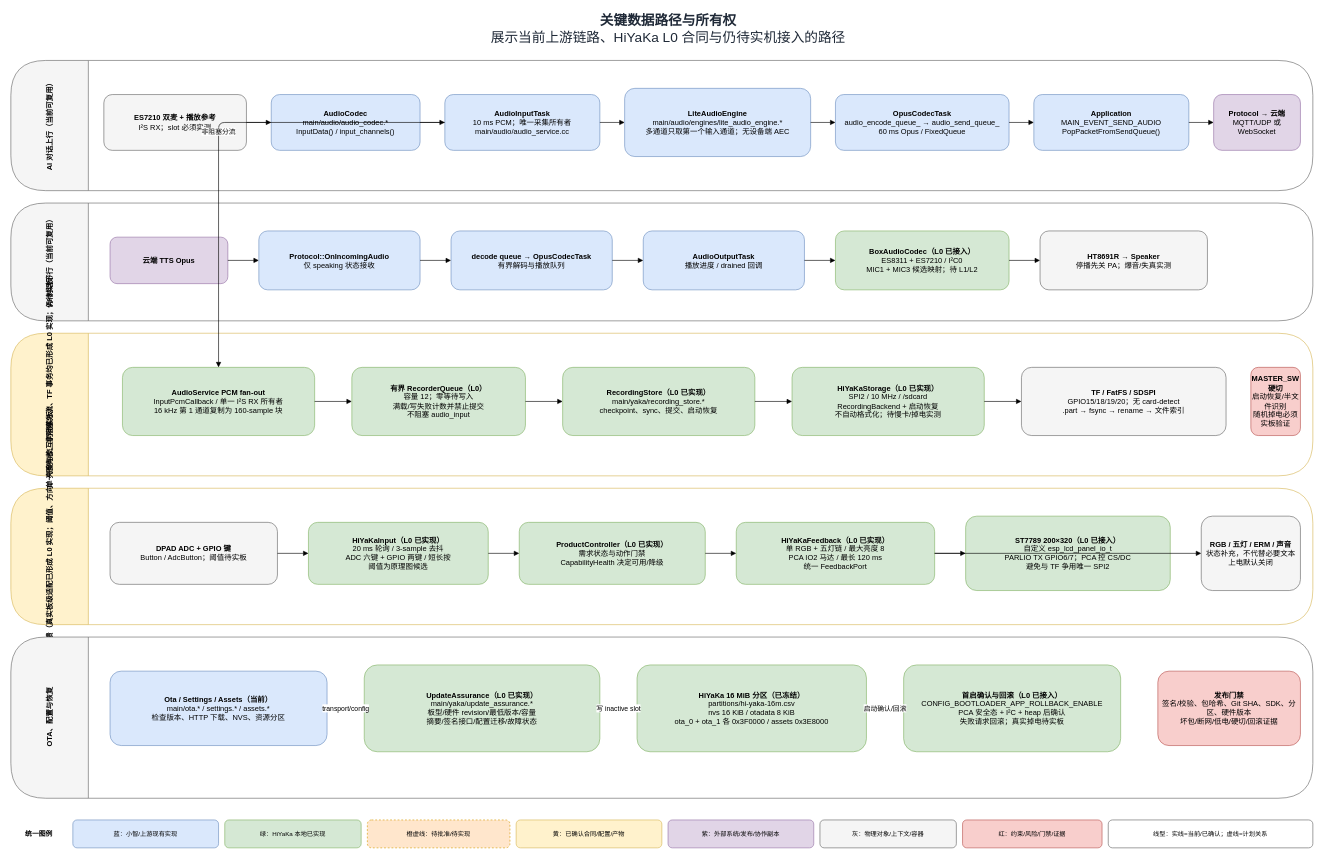
This is page "03 音频、录音、UI与OTA数据流" (3 of 4) of docs/yaka/diagrams/yaka-firmware-architecture.drawio from njueeRay/hi-yaka-firmware, a draw.io file, before an edit. Source tidied: cells renumbered, new cells numbered last; positions are measured from the earlier drawing's top-left corner, leaving out a move shared by most shapes. Both pictures are drawn from the tidied source at 62%, with x=0, y=0 at pixel (11, 11).
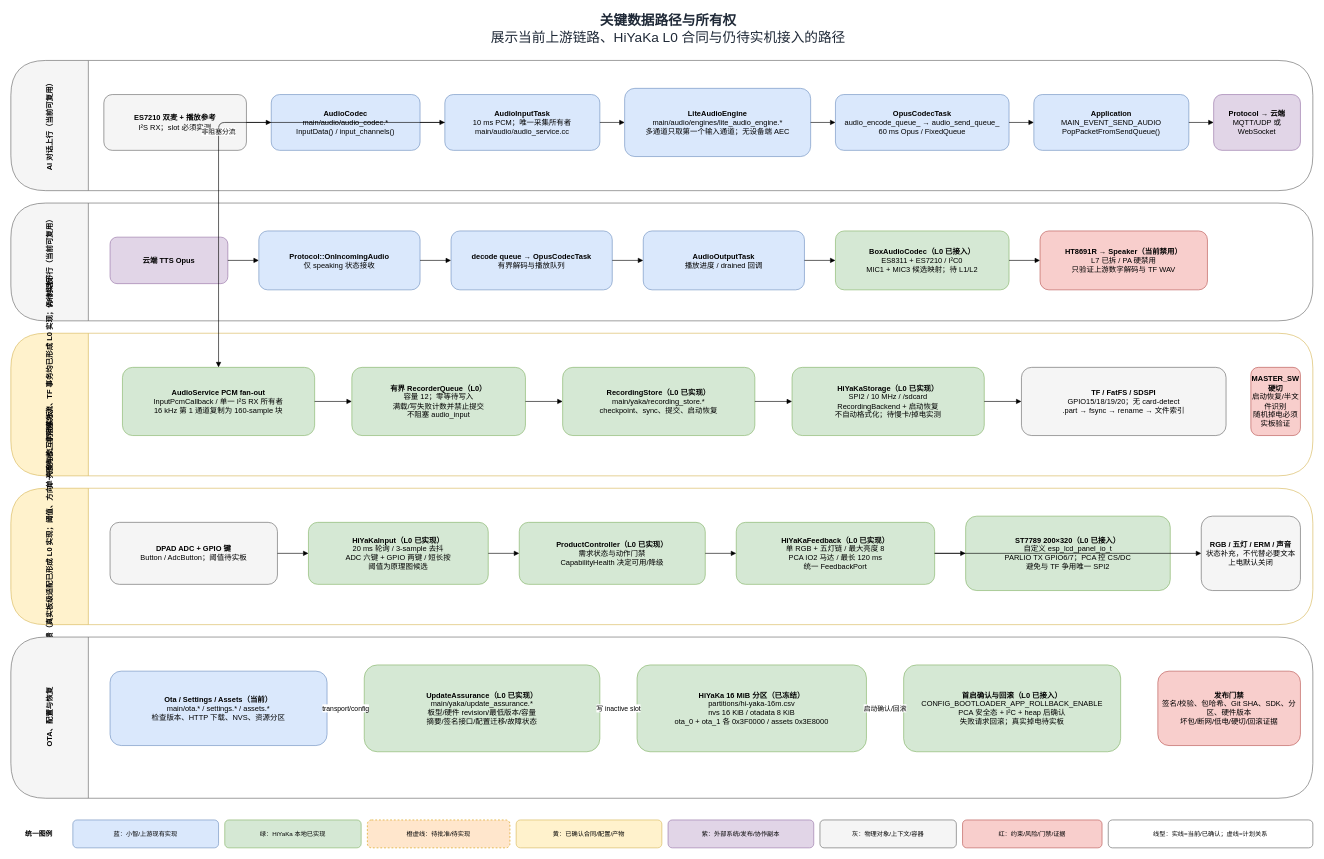
The same page after the edit.

The change refers to these unchanged cells:
```xml
<mxCell id="20" value="AI 对话下行（当前可复用）" style="swimlane;horizontal=0;startSize=125;rounded=1;html=1;fillColor=#F5F5F5;strokeColor=#666666;fontStyle=1;" parent="1" vertex="1">
  <mxGeometry y="310" width="2100" height="190" as="geometry" />
</mxCell>
```

Change to the diagram source:
```diff
@@
-    <mxCell id="26" value="&lt;b&gt;HT8691R → Speaker&lt;/b&gt;&lt;br&gt;停播先关 PA；爆音/失真实测" style="rounded=1;whiteSpace=wrap;html=1;fillColor=#F5F5F5;strokeColor=#666666;" parent="20" vertex="1">
+    <mxCell id="26" value="&lt;b&gt;HT8691R → Speaker（当前禁用）&lt;/b&gt;&lt;br&gt;L7 已拆 / PA 硬禁用&lt;br&gt;只验证上游数字解码与 TF WAV" style="rounded=1;whiteSpace=wrap;html=1;fillColor=#F8CECC;strokeColor=#B85450;" parent="20" vertex="1">
       <mxGeometry x="1660" y="45" width="270" height="95" as="geometry" />
     </mxCell>
```
